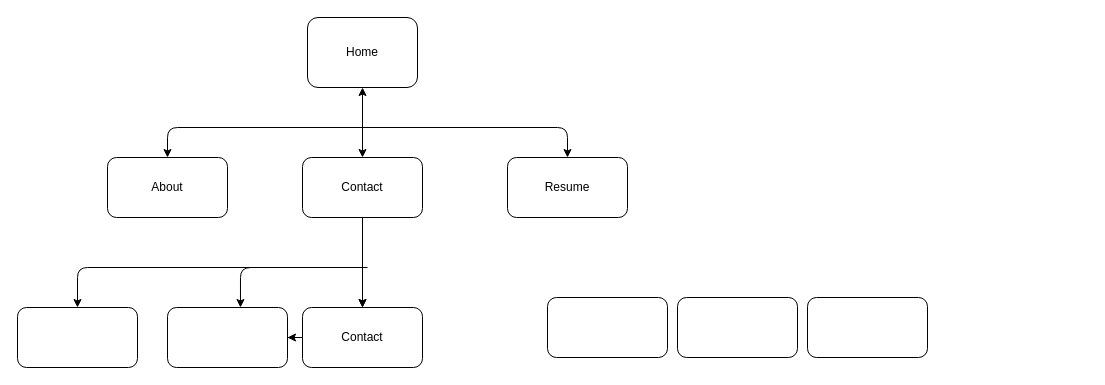
Earlier version of the draw.io diagram Untitled Diagram.drawio (Bassy-Teisen/githubtest). Source tidied: cells renumbered, new cells numbered last; positions are measured from the earlier drawing's top-left corner, leaving out a move shared by most shapes. Both pictures are drawn from the tidied source at 100%, with x=0, y=0 at pixel (17, 17).
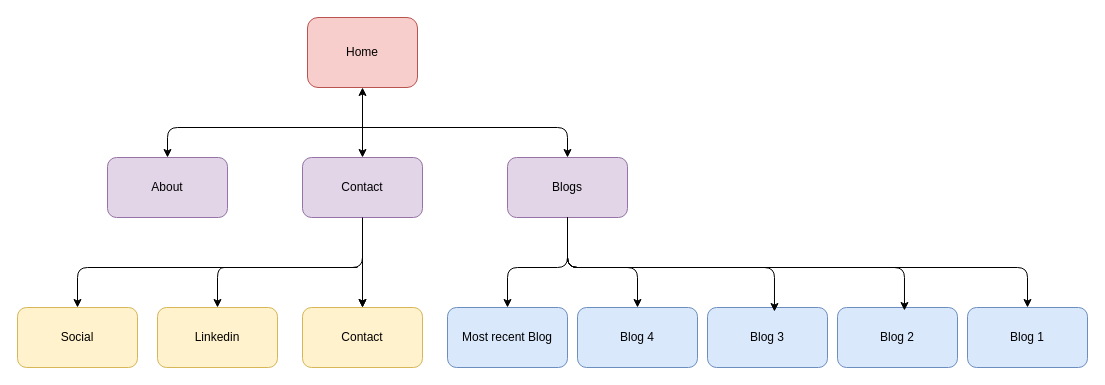
Above is the later version.

Commit message:
Portfolio-Sitemap

What changed in the source:
```diff
@@
-    <mxCell id="3" value="Home" style="rounded=1;whiteSpace=wrap;html=1;" parent="1" vertex="1">
+    <mxCell id="3" value="Home" style="rounded=1;whiteSpace=wrap;html=1;fillColor=#f8cecc;strokeColor=#b85450;" parent="1" vertex="1">
       <mxGeometry x="290" width="110" height="70" as="geometry" />
     </mxCell>
@@
-    <mxCell id="6" value="Contact" style="rounded=1;whiteSpace=wrap;html=1;direction=west;" parent="1" vertex="1">
+    <mxCell id="6" value="Contact" style="rounded=1;whiteSpace=wrap;html=1;direction=west;fillColor=#e1d5e7;strokeColor=#9673a6;" parent="1" vertex="1">
       <mxGeometry x="285" y="140" width="120" height="60" as="geometry" />
     </mxCell>
-    <mxCell id="7" value="About" style="rounded=1;whiteSpace=wrap;html=1;" parent="1" vertex="1">
+    <mxCell id="7" value="About" style="rounded=1;whiteSpace=wrap;html=1;fillColor=#e1d5e7;strokeColor=#9673a6;" parent="1" vertex="1">
       <mxGeometry x="90" y="140" width="120" height="60" as="geometry" />
     </mxCell>
-    <mxCell id="8" value="Resume" style="rounded=1;whiteSpace=wrap;html=1;" parent="1" vertex="1">
+    <mxCell id="8" value="Blogs" style="rounded=1;whiteSpace=wrap;html=1;fillColor=#e1d5e7;strokeColor=#9673a6;" parent="1" vertex="1">
       <mxGeometry x="490" y="140" width="120" height="60" as="geometry" />
     </mxCell>
@@
-    <mxCell id="11" style="edgeStyle=orthogonalEdgeStyle;rounded=0;jettySize=auto;html=1;" parent="1" edge="1" source="12" target="13">
-      <mxGeometry relative="1" as="geometry" />
-    </mxCell>
-    <mxCell id="12" value="Contact" style="rounded=1;whiteSpace=wrap;html=1;direction=west;" parent="1" vertex="1">
+    <mxCell id="12" value="Contact" style="rounded=1;whiteSpace=wrap;html=1;direction=west;fillColor=#fff2cc;strokeColor=#d6b656;" parent="1" vertex="1">
       <mxGeometry x="285" y="290" width="120" height="60" as="geometry" />
     </mxCell>
-    <mxCell id="13" style="whiteSpace=wrap;html=1;rounded=1;" parent="1" vertex="1">
-      <mxGeometry x="150" y="290" width="120" height="60" as="geometry" />
+    <mxCell id="13" value="Linkedin" style="whiteSpace=wrap;html=1;rounded=1;fillColor=#fff2cc;strokeColor=#d6b656;" parent="1" vertex="1">
+      <mxGeometry x="140" y="290" width="120" height="60" as="geometry" />
     </mxCell>
-    <mxCell id="14" style="whiteSpace=wrap;html=1;rounded=1;" parent="1" vertex="1">
-      <mxGeometry x="530" y="280" width="120" height="60" as="geometry" />
+    <mxCell id="14" value="Blog 2" style="whiteSpace=wrap;html=1;rounded=1;fillColor=#dae8fc;strokeColor=#6c8ebf;" parent="1" vertex="1">
+      <mxGeometry x="820" y="290" width="120" height="60" as="geometry" />
     </mxCell>
-    <mxCell id="15" style="whiteSpace=wrap;html=1;rounded=1;" parent="1" vertex="1">
-      <mxGeometry x="660" y="280" width="120" height="60" as="geometry" />
+    <mxCell id="15" value="Blog 4" style="whiteSpace=wrap;html=1;rounded=1;fillColor=#dae8fc;strokeColor=#6c8ebf;" parent="1" vertex="1">
+      <mxGeometry x="560" y="290" width="120" height="60" as="geometry" />
     </mxCell>
-    <mxCell id="16" style="whiteSpace=wrap;html=1;rounded=1;" parent="1" vertex="1">
-      <mxGeometry x="790" y="280" width="120" height="60" as="geometry" />
+    <mxCell id="16" value="Blog 3" style="whiteSpace=wrap;html=1;rounded=1;fillColor=#dae8fc;strokeColor=#6c8ebf;" parent="1" vertex="1">
+      <mxGeometry x="690" y="290" width="120" height="60" as="geometry" />
     </mxCell>
-    <mxCell id="17" style="whiteSpace=wrap;html=1;rounded=1;" parent="1" vertex="1">
+    <mxCell id="17" value="Social" style="whiteSpace=wrap;html=1;rounded=1;fillColor=#fff2cc;strokeColor=#d6b656;" parent="1" vertex="1">
       <mxGeometry y="290" width="120" height="60" as="geometry" />
     </mxCell>
@@
-    <mxCell id="19" style="endArrow=classic;html=1;entryX=0.608;entryY=0;entryDx=0;entryDy=0;entryPerimeter=0;" parent="1" edge="1" target="13">
+    <mxCell id="19" style="endArrow=classic;html=1;entryX=0.5;entryY=0;entryDx=0;entryDy=0;exitX=0.5;exitY=0;exitDx=0;exitDy=0;" parent="1" edge="1" source="6" target="13">
       <mxGeometry relative="1" as="geometry">
-        <mxPoint x="350" y="250" as="sourcePoint" />
         <Array as="points">
+          <mxPoint x="345" y="250" />
           <mxPoint x="223" y="250" />
+          <mxPoint x="200" y="250" />
         </Array>
       </mxGeometry>
     </mxCell>
+    <mxCell id="20" value="Most recent Blog" style="whiteSpace=wrap;html=1;rounded=1;fillColor=#dae8fc;strokeColor=#6c8ebf;" parent="1" vertex="1">
+      <mxGeometry x="430" y="290" width="120" height="60" as="geometry" />
+    </mxCell>
+    <mxCell id="21" value="Blog 1" style="whiteSpace=wrap;html=1;rounded=1;fillColor=#dae8fc;strokeColor=#6c8ebf;" parent="1" vertex="1">
+      <mxGeometry x="950" y="290" width="120" height="60" as="geometry" />
+    </mxCell>
+    <mxCell id="22" style="endArrow=classic;html=1;entryX=0.558;entryY=0.067;entryDx=0;entryDy=0;entryPerimeter=0;" parent="1" edge="1" target="16">
+      <mxGeometry relative="1" as="geometry">
+        <mxPoint x="550" y="200" as="sourcePoint" />
+        <Array as="points">
+          <mxPoint x="550" y="250" />
+          <mxPoint x="757" y="250" />
+        </Array>
+      </mxGeometry>
+    </mxCell>
+    <mxCell id="23" style="endArrow=classic;html=1;entryX=0.558;entryY=0.05;entryDx=0;entryDy=0;entryPerimeter=0;" parent="1" edge="1" target="14">
+      <mxGeometry relative="1" as="geometry">
+        <mxPoint x="550" y="200" as="sourcePoint" />
+        <Array as="points">
+          <mxPoint x="550" y="250" />
+          <mxPoint x="887" y="250" />
+        </Array>
+      </mxGeometry>
+    </mxCell>
+    <mxCell id="24" style="endArrow=classic;html=1;entryX=0.5;entryY=0;entryDx=0;entryDy=0;" parent="1" edge="1" target="15">
+      <mxGeometry relative="1" as="geometry">
+        <mxPoint x="550" y="200" as="sourcePoint" />
+        <Array as="points">
+          <mxPoint x="550" y="250" />
+          <mxPoint x="620" y="250" />
+        </Array>
+      </mxGeometry>
+    </mxCell>
+    <mxCell id="25" style="endArrow=classic;html=1;exitX=0.5;exitY=1;exitDx=0;exitDy=0;entryX=0.5;entryY=0;entryDx=0;entryDy=0;" parent="1" edge="1" source="8" target="20">
+      <mxGeometry relative="1" as="geometry">
+        <Array as="points">
+          <mxPoint x="550" y="250" />
+          <mxPoint x="490" y="250" />
+        </Array>
+      </mxGeometry>
+    </mxCell>
+    <mxCell id="26" style="endArrow=classic;html=1;entryX=0.5;entryY=0;entryDx=0;entryDy=0;" parent="1" edge="1" target="21">
+      <mxGeometry relative="1" as="geometry">
+        <mxPoint x="550" y="200" as="sourcePoint" />
+        <Array as="points">
+          <mxPoint x="550" y="250" />
+          <mxPoint x="1010" y="250" />
+        </Array>
+      </mxGeometry>
+    </mxCell>
```
